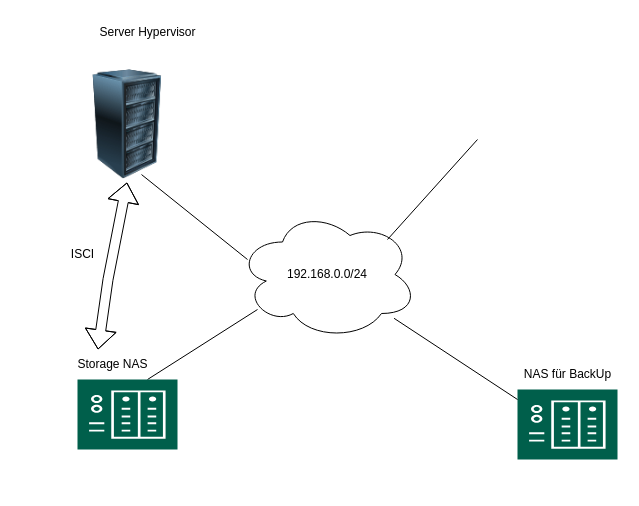
Lorin2007/projekte keeps this draw.io diagram as Netzwerkplanaufgabe1.drawio. Above is the earlier version. Source tidied: cells renumbered, new cells numbered last; positions are measured from the earlier drawing's top-left corner, leaving out a move shared by most shapes. Both pictures are drawn from the tidied source at 100%, with x=0, y=0 at pixel (57, 17).
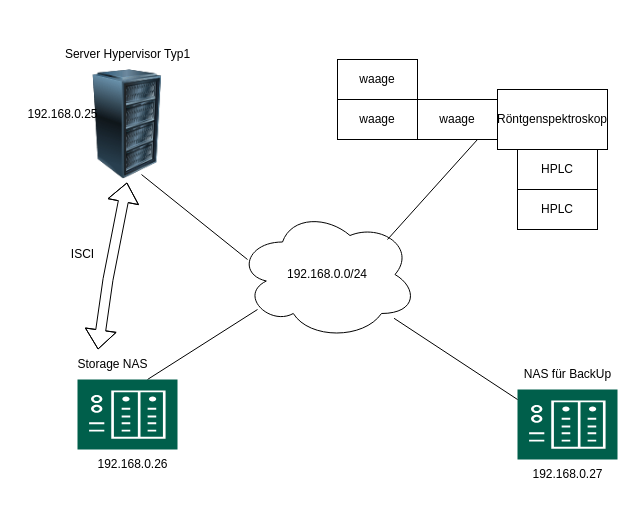
The same page after the edit.

The edit, as a diff of the source:
```diff
@@
-    <mxCell id="13" value="Server Hypervisor" style="text;html=1;align=center;verticalAlign=middle;strokeColor=none;fillColor=none;" parent="1" vertex="1">
-      <mxGeometry x="30" width="120" height="30" as="geometry" />
+    <mxCell id="13" value="Server Hypervisor Typ1" style="text;html=1;align=center;verticalAlign=middle;strokeColor=none;fillColor=none;" parent="1" vertex="1">
+      <mxGeometry x="-5" y="22" width="150" height="30" as="geometry" />
     </mxCell>
@@
+    <mxCell id="15" value="192.168.0.25" style="text;html=1;align=center;verticalAlign=middle;strokeColor=none;fillColor=none;" parent="1" vertex="1">
+      <mxGeometry x="-40" y="82" width="90" height="30" as="geometry" />
+    </mxCell>
+    <mxCell id="16" value="192.168.0.26" style="text;html=1;align=center;verticalAlign=middle;strokeColor=none;fillColor=none;" parent="1" vertex="1">
+      <mxGeometry x="30" y="432" width="90" height="30" as="geometry" />
+    </mxCell>
+    <mxCell id="17" value="192.168.0.27" style="text;html=1;align=center;verticalAlign=middle;strokeColor=none;fillColor=none;" parent="1" vertex="1">
+      <mxGeometry x="465" y="442" width="90" height="30" as="geometry" />
+    </mxCell>
+    <mxCell id="18" value="waage" style="rounded=0;whiteSpace=wrap;html=1;" parent="1" vertex="1">
+      <mxGeometry x="280" y="82" width="80" height="40" as="geometry" />
+    </mxCell>
+    <mxCell id="19" value="waage" style="rounded=0;whiteSpace=wrap;html=1;" parent="1" vertex="1">
+      <mxGeometry x="360" y="82" width="80" height="40" as="geometry" />
+    </mxCell>
+    <mxCell id="20" value="waage" style="rounded=0;whiteSpace=wrap;html=1;" parent="1" vertex="1">
+      <mxGeometry x="280" y="42" width="80" height="40" as="geometry" />
+    </mxCell>
+    <mxCell id="21" value="Röntgenspektroskop" style="rounded=0;whiteSpace=wrap;html=1;" parent="1" vertex="1">
+      <mxGeometry x="440" y="72" width="110" height="60" as="geometry" />
+    </mxCell>
+    <mxCell id="22" value="HPLC" style="rounded=0;whiteSpace=wrap;html=1;" parent="1" vertex="1">
+      <mxGeometry x="460" y="172" width="80" height="40" as="geometry" />
+    </mxCell>
+    <mxCell id="23" value="HPLC" style="rounded=0;whiteSpace=wrap;html=1;" parent="1" vertex="1">
+      <mxGeometry x="460" y="132" width="80" height="40" as="geometry" />
+    </mxCell>
```
